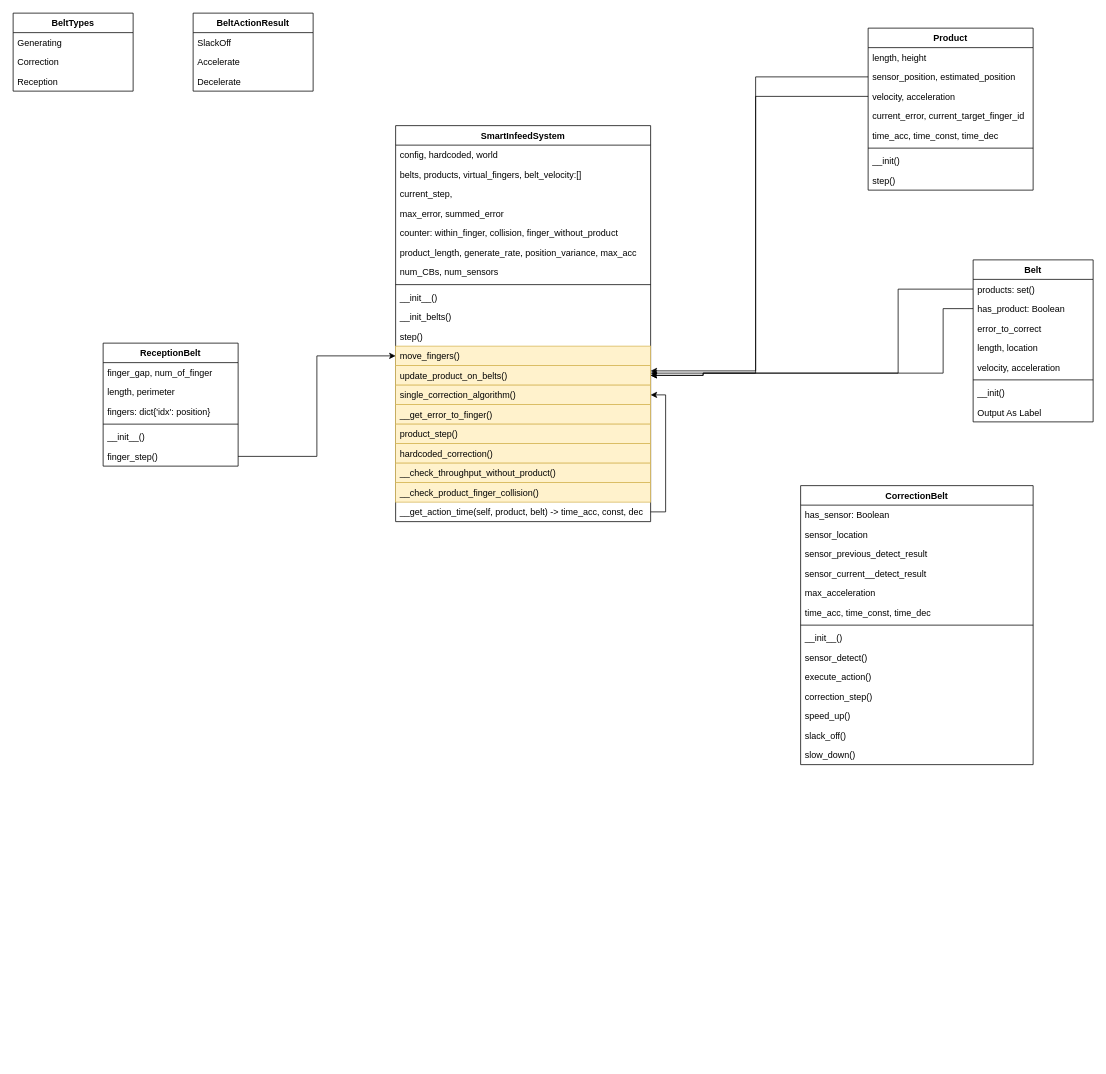
The draw.io diagram SmartInfeedSystem.drawio in RiemannLee19/UMLs, before the edit. Source tidied: cells renumbered, new cells numbered last; positions are measured from the earlier drawing's top-left corner, leaving out a move shared by most shapes. Both pictures are drawn from the tidied source at 75%, with x=0, y=0 at pixel (13, 13).
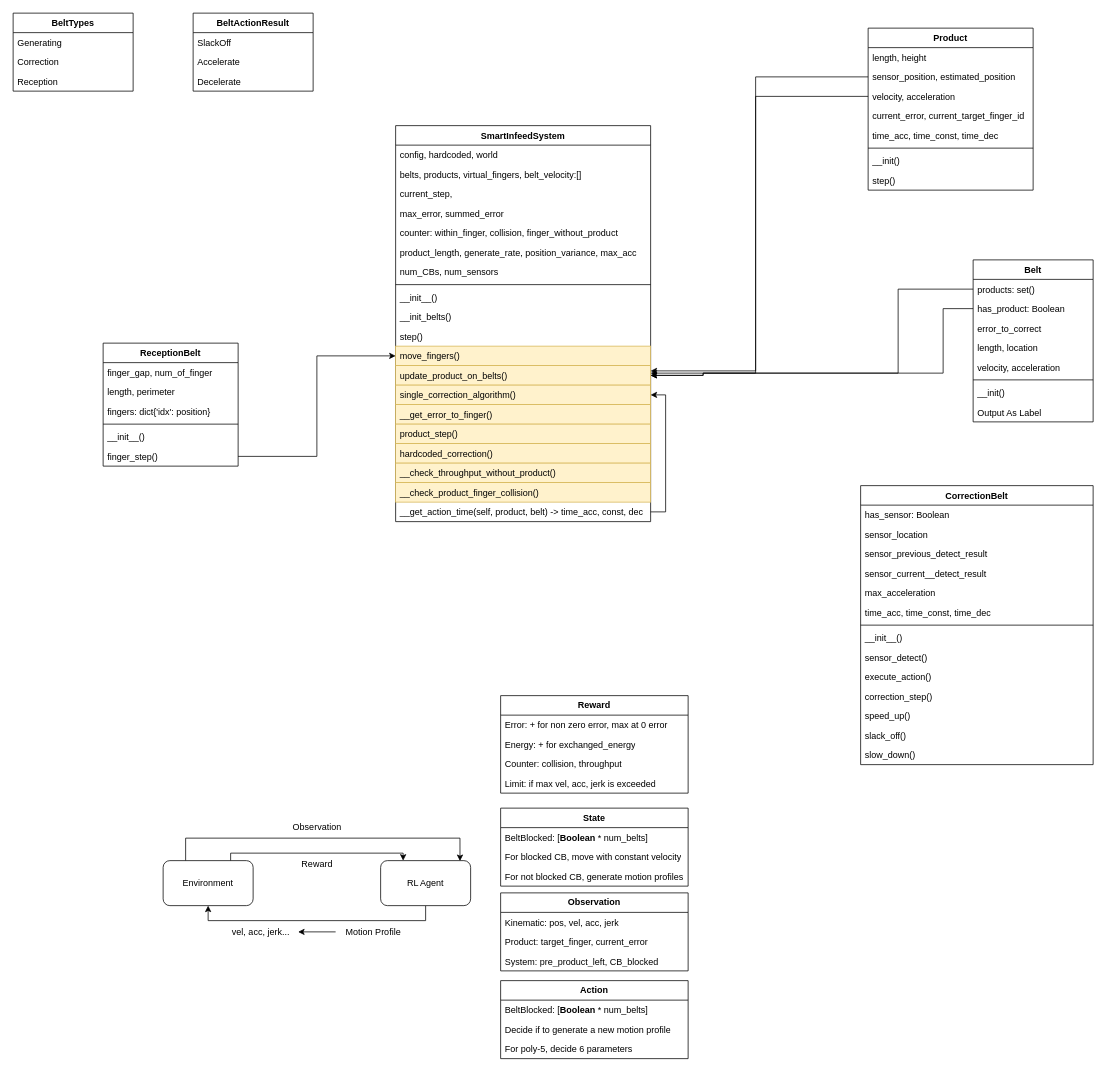
After the change.

Diff of the diagram source:
```diff
@@
     <mxCell id="11" value="CorrectionBelt" style="swimlane;fontStyle=1;align=center;verticalAlign=top;horizontal=1;startSize=26;rounded=0;shadow=0;strokeWidth=1;" parent="1" vertex="1">
-      <mxGeometry x="1050" y="630" width="310" height="372" as="geometry" />
+      <mxGeometry x="1130" y="630" width="310" height="372" as="geometry" />
     </mxCell>
@@
+    <mxCell id="77" style="edgeStyle=orthogonalEdgeStyle;rounded=0;jettySize=auto;html=1;exitX=0.5;exitY=1;exitDx=0;exitDy=0;entryX=0.5;entryY=1;entryDx=0;entryDy=0;" parent="1" edge="1" source="78" target="81">
+      <mxGeometry relative="1" as="geometry" />
+    </mxCell>
+    <mxCell id="78" value="RL Agent" style="rounded=1;whiteSpace=wrap;html=1;" parent="1" vertex="1">
+      <mxGeometry x="490" y="1130" width="120" height="60" as="geometry" />
+    </mxCell>
+    <mxCell id="79" style="edgeStyle=orthogonalEdgeStyle;rounded=0;jettySize=auto;html=1;exitX=0.25;exitY=0;exitDx=0;exitDy=0;entryX=0.882;entryY=0.008;entryDx=0;entryDy=0;entryPerimeter=0;" parent="1" edge="1" source="81" target="78">
+      <mxGeometry relative="1" as="geometry">
+        <Array as="points">
+          <mxPoint x="230" y="1100" />
+          <mxPoint x="596" y="1100" />
+        </Array>
+      </mxGeometry>
+    </mxCell>
+    <mxCell id="80" style="edgeStyle=orthogonalEdgeStyle;rounded=0;jettySize=auto;html=1;exitX=0.75;exitY=0;exitDx=0;exitDy=0;entryX=0.25;entryY=0;entryDx=0;entryDy=0;" parent="1" edge="1" source="81" target="78">
+      <mxGeometry relative="1" as="geometry">
+        <Array as="points">
+          <mxPoint x="290" y="1120" />
+          <mxPoint x="520" y="1120" />
+        </Array>
+      </mxGeometry>
+    </mxCell>
+    <mxCell id="81" value="Environment" style="rounded=1;whiteSpace=wrap;html=1;" parent="1" vertex="1">
+      <mxGeometry x="200" y="1130" width="120" height="60" as="geometry" />
+    </mxCell>
+    <mxCell id="82" value="Reward" style="text;html=1;align=center;verticalAlign=middle;strokeColor=none;fillColor=none;" parent="1" vertex="1">
+      <mxGeometry x="375" y="1120" width="60" height="30" as="geometry" />
+    </mxCell>
+    <mxCell id="83" style="edgeStyle=orthogonalEdgeStyle;rounded=0;jettySize=auto;html=1;" parent="1" edge="1" source="84" target="85">
+      <mxGeometry relative="1" as="geometry" />
+    </mxCell>
+    <mxCell id="84" value="Motion Profile" style="text;html=1;align=center;verticalAlign=middle;points=[];strokeColor=none;fillColor=none;" parent="1" vertex="1">
+      <mxGeometry x="430" y="1210" width="100" height="30" as="geometry" />
+    </mxCell>
+    <mxCell id="85" value="vel, acc, jerk..." style="text;html=1;align=center;verticalAlign=middle;points=[];strokeColor=none;fillColor=none;" parent="1" vertex="1">
+      <mxGeometry x="280" y="1210" width="100" height="30" as="geometry" />
+    </mxCell>
+    <mxCell id="86" value="&lt;b&gt;Observation&lt;/b&gt;" style="swimlane;fontStyle=0;horizontal=1;startSize=26;fillColor=none;whiteSpace=wrap;html=1;" parent="1" vertex="1">
+      <mxGeometry x="650" y="1173" width="250" height="104" as="geometry" />
+    </mxCell>
+    <mxCell id="87" value="Kinematic: pos, vel, acc, jerk" style="text;strokeColor=none;fillColor=none;align=left;verticalAlign=top;spacingLeft=4;spacingRight=4;overflow=hidden;whiteSpace=wrap;html=1;" parent="86" vertex="1">
+      <mxGeometry y="26" width="250" height="26" as="geometry" />
+    </mxCell>
+    <mxCell id="88" value="Product: target_finger, current_error" style="text;strokeColor=none;fillColor=none;align=left;verticalAlign=top;spacingLeft=4;spacingRight=4;overflow=hidden;whiteSpace=wrap;html=1;" parent="86" vertex="1">
+      <mxGeometry y="52" width="250" height="26" as="geometry" />
+    </mxCell>
+    <mxCell id="89" value="System: pre_product_left, CB_blocked" style="text;strokeColor=none;fillColor=none;align=left;verticalAlign=top;spacingLeft=4;spacingRight=4;overflow=hidden;whiteSpace=wrap;html=1;" parent="86" vertex="1">
+      <mxGeometry y="78" width="250" height="26" as="geometry" />
+    </mxCell>
+    <mxCell id="90" value="&lt;b&gt;Reward&lt;/b&gt;" style="swimlane;fontStyle=0;horizontal=1;startSize=26;fillColor=none;whiteSpace=wrap;html=1;" parent="1" vertex="1">
+      <mxGeometry x="650" y="910" width="250" height="130" as="geometry" />
+    </mxCell>
+    <mxCell id="91" value="Error: + for non zero error, max at 0 error" style="text;strokeColor=none;fillColor=none;align=left;verticalAlign=top;spacingLeft=4;spacingRight=4;overflow=hidden;whiteSpace=wrap;html=1;" parent="90" vertex="1">
+      <mxGeometry y="26" width="250" height="26" as="geometry" />
+    </mxCell>
+    <mxCell id="92" value="Energy: + for exchanged_energy" style="text;strokeColor=none;fillColor=none;align=left;verticalAlign=top;spacingLeft=4;spacingRight=4;overflow=hidden;whiteSpace=wrap;html=1;" parent="90" vertex="1">
+      <mxGeometry y="52" width="250" height="26" as="geometry" />
+    </mxCell>
+    <mxCell id="93" value="Counter: collision, throughput" style="text;strokeColor=none;fillColor=none;align=left;verticalAlign=top;spacingLeft=4;spacingRight=4;overflow=hidden;whiteSpace=wrap;html=1;" parent="90" vertex="1">
+      <mxGeometry y="78" width="250" height="26" as="geometry" />
+    </mxCell>
+    <mxCell id="94" value="Limit: if max vel, acc, jerk is exceeded" style="text;strokeColor=none;fillColor=none;align=left;verticalAlign=top;spacingLeft=4;spacingRight=4;overflow=hidden;whiteSpace=wrap;html=1;" parent="90" vertex="1">
+      <mxGeometry y="104" width="250" height="26" as="geometry" />
+    </mxCell>
+    <mxCell id="95" value="Observation" style="text;html=1;align=center;verticalAlign=middle;strokeColor=none;fillColor=none;" parent="1" vertex="1">
+      <mxGeometry x="360" y="1070" width="90" height="30" as="geometry" />
+    </mxCell>
+    <mxCell id="96" value="&lt;b&gt;State&lt;/b&gt;" style="swimlane;fontStyle=0;horizontal=1;startSize=26;fillColor=none;whiteSpace=wrap;html=1;" parent="1" vertex="1">
+      <mxGeometry x="650" y="1060" width="250" height="104" as="geometry" />
+    </mxCell>
+    <mxCell id="97" value="BeltBlocked: [&lt;b&gt;Boolean &lt;/b&gt;* num_belts]" style="text;strokeColor=none;fillColor=none;align=left;verticalAlign=top;spacingLeft=4;spacingRight=4;overflow=hidden;whiteSpace=wrap;html=1;" parent="96" vertex="1">
+      <mxGeometry y="26" width="250" height="26" as="geometry" />
+    </mxCell>
+    <mxCell id="98" value="For blocked CB, move with constant velocity" style="text;strokeColor=none;fillColor=none;align=left;verticalAlign=top;spacingLeft=4;spacingRight=4;overflow=hidden;whiteSpace=wrap;html=1;" parent="96" vertex="1">
+      <mxGeometry y="52" width="250" height="26" as="geometry" />
+    </mxCell>
+    <mxCell id="99" value="For not blocked CB, generate motion profiles" style="text;strokeColor=none;fillColor=none;align=left;verticalAlign=top;spacingLeft=4;spacingRight=4;overflow=hidden;whiteSpace=wrap;html=1;" parent="96" vertex="1">
+      <mxGeometry y="78" width="250" height="26" as="geometry" />
+    </mxCell>
+    <mxCell id="100" value="&lt;b&gt;Action&lt;/b&gt;" style="swimlane;fontStyle=0;horizontal=1;startSize=26;fillColor=none;whiteSpace=wrap;html=1;swimlaneFillColor=default;" parent="1" vertex="1">
+      <mxGeometry x="650" y="1290" width="250" height="104" as="geometry" />
+    </mxCell>
+    <mxCell id="101" value="BeltBlocked: [&lt;b&gt;Boolean &lt;/b&gt;* num_belts]" style="text;strokeColor=none;fillColor=none;align=left;verticalAlign=top;spacingLeft=4;spacingRight=4;overflow=hidden;whiteSpace=wrap;html=1;" parent="100" vertex="1">
+      <mxGeometry y="26" width="250" height="26" as="geometry" />
+    </mxCell>
+    <mxCell id="102" value="Decide if to generate a new motion profile" style="text;strokeColor=none;fillColor=none;align=left;verticalAlign=top;spacingLeft=4;spacingRight=4;overflow=hidden;whiteSpace=wrap;html=1;" parent="100" vertex="1">
+      <mxGeometry y="52" width="250" height="26" as="geometry" />
+    </mxCell>
+    <mxCell id="103" value="For poly-5, decide 6 parameters" style="text;strokeColor=none;fillColor=none;align=left;verticalAlign=top;spacingLeft=4;spacingRight=4;overflow=hidden;whiteSpace=wrap;html=1;" parent="100" vertex="1">
+      <mxGeometry y="78" width="250" height="26" as="geometry" />
+    </mxCell>
```
